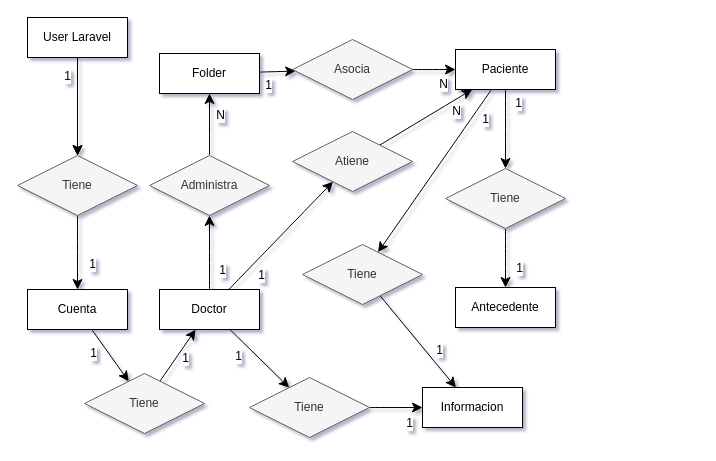
The draw.io diagram Paciente.drawio in calvocobos/Diagrama, before the edit. Source tidied: cells renumbered, new cells numbered last; positions are measured from the earlier drawing's top-left corner, leaving out a move shared by most shapes. Both pictures are drawn from the tidied source at 100%, with x=0, y=0 at pixel (17, 17).
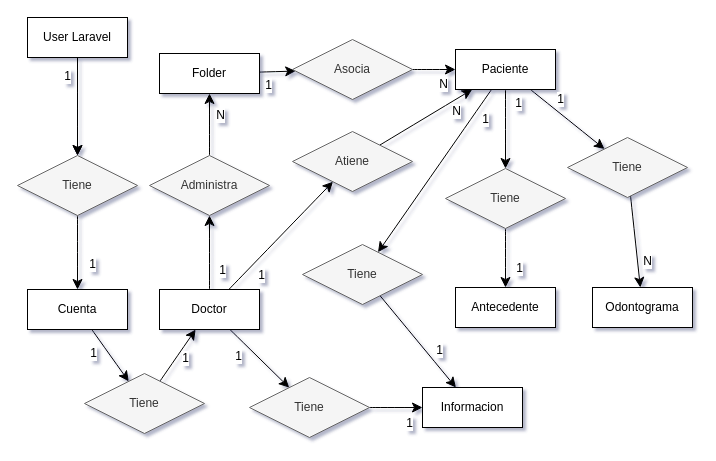
Above is the later version.

The change refers to these unchanged cells:
```xml
<mxCell id="26" value="Paciente" style="whiteSpace=wrap;html=1;align=center;" parent="1" vertex="1">
  <mxGeometry x="438" y="32" width="100" height="40" as="geometry" />
</mxCell>
```

What changed in the source:
```diff
@@
+    <mxCell id="51" style="edgeStyle=none;curved=1;rounded=0;jettySize=auto;html=1;fontSize=12;startSize=8;endSize=8;" parent="1" edge="1" source="26" target="56">
+      <mxGeometry relative="1" as="geometry" />
+    </mxCell>
+    <mxCell id="52" value="1" style="edgeLabel;html=1;align=center;verticalAlign=middle;fontSize=12;" parent="51" vertex="1">
+      <mxGeometry x="-0.59" relative="1" as="geometry">
+        <mxPoint x="15" y="-2" as="offset" />
+      </mxGeometry>
+    </mxCell>
@@
+    <mxCell id="53" value="Odontograma" style="whiteSpace=wrap;html=1;align=center;" parent="1" vertex="1">
+      <mxGeometry x="575" y="270" width="100" height="40" as="geometry" />
+    </mxCell>
+    <mxCell id="54" style="edgeStyle=none;curved=1;rounded=0;jettySize=auto;html=1;fontSize=12;startSize=8;endSize=8;" parent="1" edge="1" source="56" target="53">
+      <mxGeometry relative="1" as="geometry" />
+    </mxCell>
+    <mxCell id="55" value="N" style="edgeLabel;html=1;align=center;verticalAlign=middle;fontSize=12;" parent="54" vertex="1">
+      <mxGeometry x="0.46" relative="1" as="geometry">
+        <mxPoint x="9" y="-2" as="offset" />
+      </mxGeometry>
+    </mxCell>
+    <mxCell id="56" value="Tiene" style="shape=rhombus;perimeter=rhombusPerimeter;whiteSpace=wrap;html=1;align=center;fillColor=#f5f5f5;fontColor=#333333;strokeColor=#666666;" parent="1" vertex="1">
+      <mxGeometry x="550" y="120" width="120" height="60" as="geometry" />
+    </mxCell>
```
